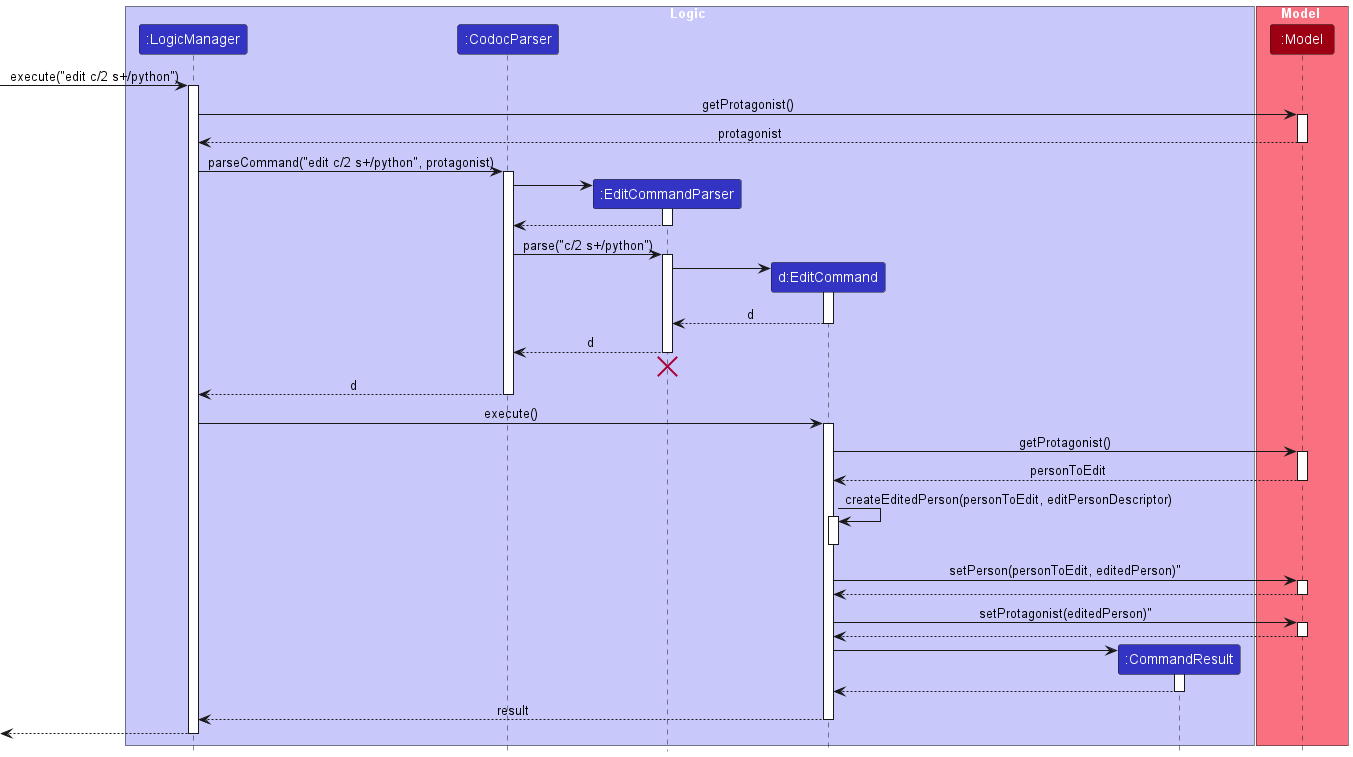
The PlantUML diagram docs/images/EditSequenceDiagram.png in nus-cs2103-AY2223S2/tp, before a commit. The source it was exported from:
```plantuml
@startuml
!include style.puml

box Logic LOGIC_COLOR_T1
participant ":LogicManager" as LogicManager LOGIC_COLOR
participant ":CodocParser" as CodocParser LOGIC_COLOR
participant ":EditCommandParser" as EditCommandParser LOGIC_COLOR
participant "d:EditCommand" as EditCommand LOGIC_COLOR
participant ":CommandResult" as CommandResult LOGIC_COLOR
end box

box Model MODEL_COLOR_T1
participant ":Model" as Model MODEL_COLOR
end box

[-> LogicManager : execute("edit c/2 s+/python")
activate LogicManager

LogicManager -> Model : getProtagonist()
activate Model

Model --> LogicManager : protagonist
deactivate Model

LogicManager -> CodocParser : parseCommand("edit c/2 s+/python", protagonist)
activate CodocParser

create EditCommandParser
CodocParser -> EditCommandParser
activate EditCommandParser

EditCommandParser --> CodocParser
deactivate EditCommandParser

CodocParser -> EditCommandParser : parse("c/2 s+/python")
activate EditCommandParser

create EditCommand
EditCommandParser -> EditCommand
activate EditCommand

EditCommand --> EditCommandParser : d
deactivate EditCommand

EditCommandParser --> CodocParser : d
deactivate EditCommandParser
EditCommandParser -[hidden]-> CodocParser
destroy EditCommandParser

CodocParser --> LogicManager : d
deactivate CodocParser

LogicManager -> EditCommand : execute()
activate EditCommand

EditCommand -> Model : getProtagonist()
activate Model

Model --> EditCommand : personToEdit
deactivate Model

EditCommand -> EditCommand : createEditedPerson(personToEdit, editPersonDescriptor)
activate EditCommand
deactivate EditCommand

EditCommand -> Model : setPerson(personToEdit, editedPerson)"
activate Model

Model --> EditCommand
deactivate Model

EditCommand -> Model : setProtagonist(editedPerson)"
activate Model

Model --> EditCommand
deactivate Model

create CommandResult
EditCommand -> CommandResult
activate CommandResult

CommandResult --> EditCommand
deactivate CommandResult

EditCommand --> LogicManager : result
deactivate EditCommand

[<--LogicManager
deactivate LogicManager
@enduml
```
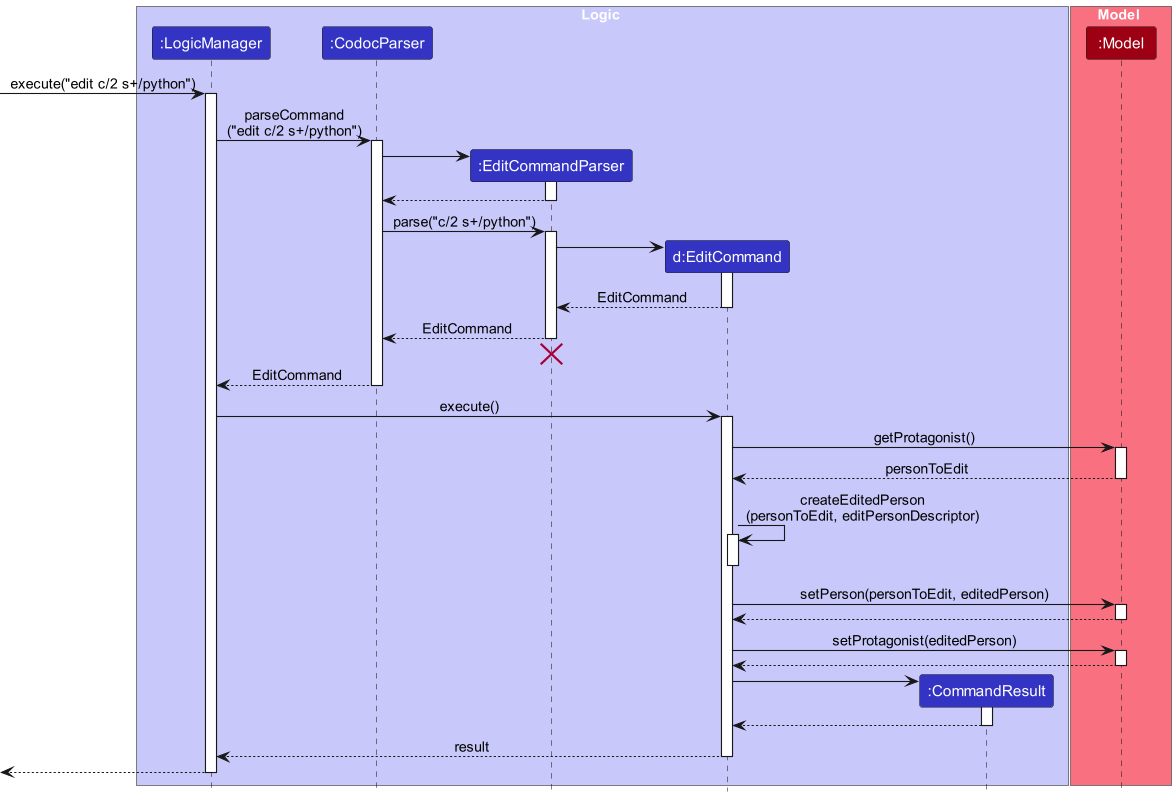
After the change.

The edit, as a diff of the source:
```diff
@@ -16,13 +16,7 @@
 [-> LogicManager : execute("edit c/2 s+/python")
 activate LogicManager
 
-LogicManager -> Model : getProtagonist()
-activate Model
-
-Model --> LogicManager : protagonist
-deactivate Model
-
-LogicManager -> CodocParser : parseCommand("edit c/2 s+/python", protagonist)
+LogicManager -> CodocParser : parseCommand\n("edit c/2 s+/python")
 activate CodocParser
 
 create EditCommandParser
@@ -39,15 +33,15 @@
 EditCommandParser -> EditCommand
 activate EditCommand
 
-EditCommand --> EditCommandParser : d
+EditCommand --> EditCommandParser : EditCommand
 deactivate EditCommand
 
-EditCommandParser --> CodocParser : d
+EditCommandParser --> CodocParser : EditCommand
 deactivate EditCommandParser
 EditCommandParser -[hidden]-> CodocParser
 destroy EditCommandParser
 
-CodocParser --> LogicManager : d
+CodocParser --> LogicManager : EditCommand
 deactivate CodocParser
 
 LogicManager -> EditCommand : execute()
@@ -59,17 +53,17 @@
 Model --> EditCommand : personToEdit
 deactivate Model
 
-EditCommand -> EditCommand : createEditedPerson(personToEdit, editPersonDescriptor)
+EditCommand -> EditCommand : createEditedPerson\n(personToEdit, editPersonDescriptor)
 activate EditCommand
 deactivate EditCommand
 
-EditCommand -> Model : setPerson(personToEdit, editedPerson)"
+EditCommand -> Model : setPerson(personToEdit, editedPerson)
 activate Model
 
 Model --> EditCommand
 deactivate Model
 
-EditCommand -> Model : setProtagonist(editedPerson)"
+EditCommand -> Model : setProtagonist(editedPerson)
 activate Model
 
 Model --> EditCommand
```
